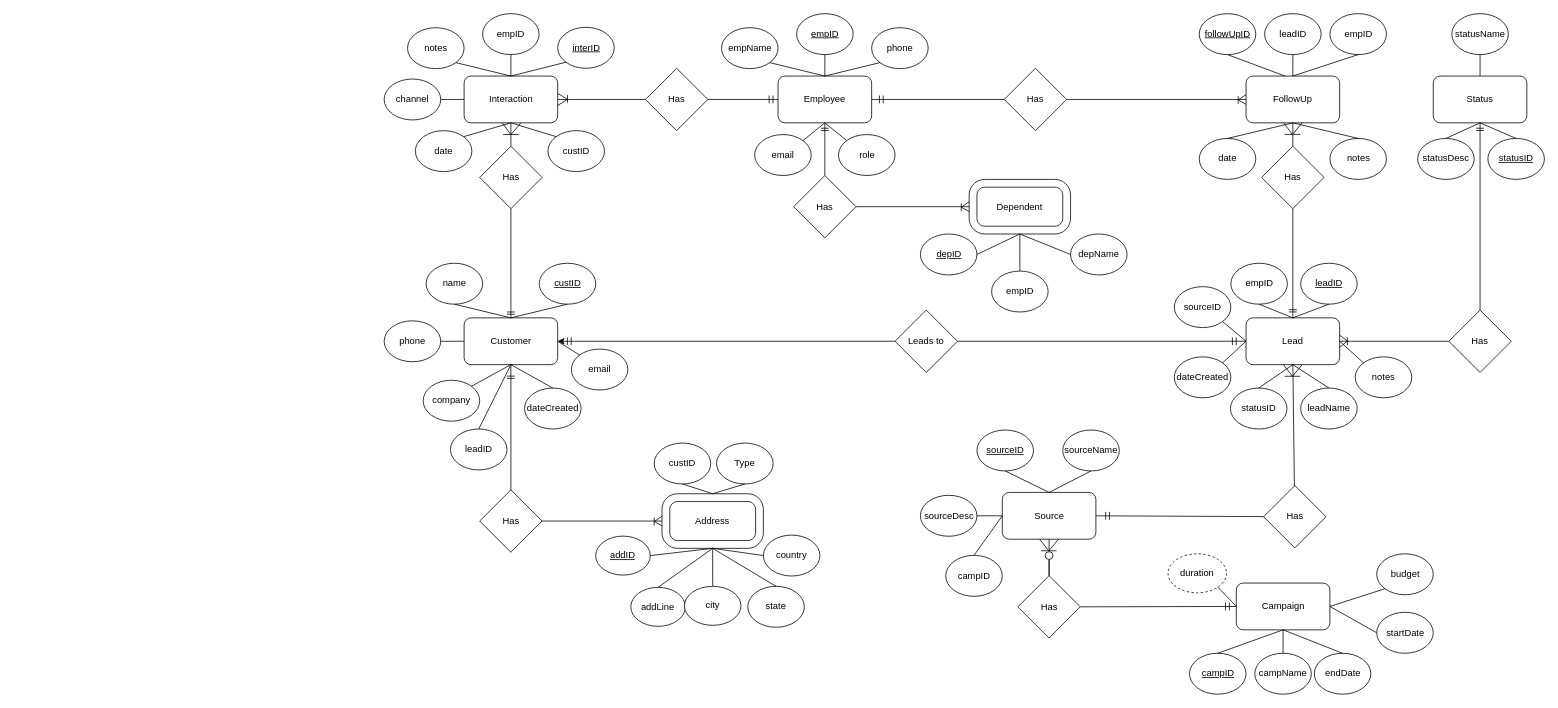
This is DBproject.drawio from AnthonyEdward777/CRM-DBMS, a draw.io file, before an edit. Source tidied: cells renumbered, new cells numbered last; positions are measured from the earlier drawing's top-left corner, leaving out a move shared by most shapes. Both pictures are drawn from the tidied source at 78%, with x=0, y=0 at pixel (384, 13).
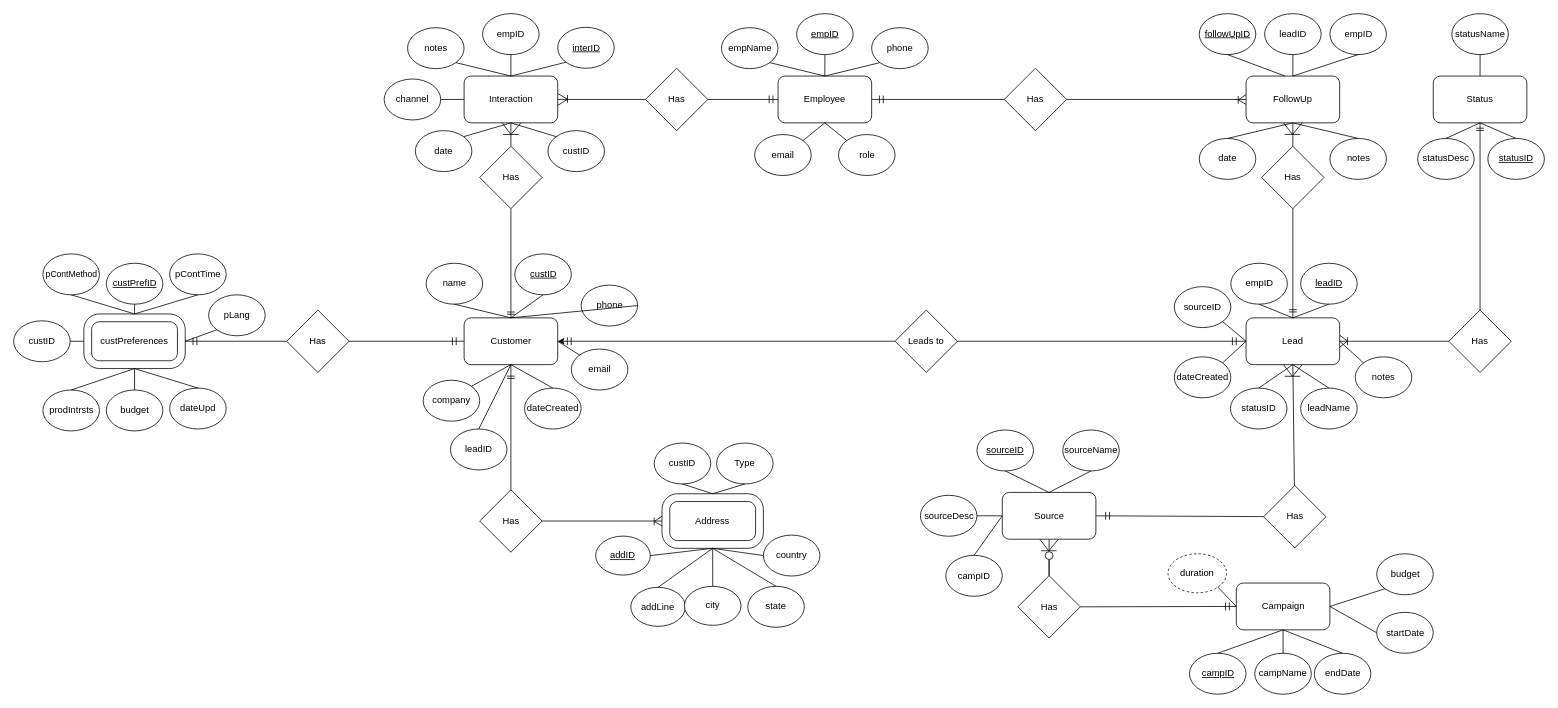
The same page after the edit.

Commit message (it also covers changes not shown here):
removed dependants and added custPrefrences

Unchanged cells that the change refers to:
```xml
<mxCell id="2" value="Customer" style="rounded=1;whiteSpace=wrap;html=1;" parent="1" vertex="1">
  <mxGeometry x="102.5" y="390" width="120" height="60" as="geometry" />
</mxCell>
<mxCell id="4" value="Employee" style="rounded=1;whiteSpace=wrap;html=1;" parent="1" vertex="1">
  <mxGeometry x="505" y="80" width="120" height="60" as="geometry" />
</mxCell>
```

What changed in the source:
```diff
@@
-    <mxCell id="35" value="Has" style="rhombus;whiteSpace=wrap;html=1;" parent="1" vertex="1">
-      <mxGeometry x="525" y="207.5" width="80" height="80" as="geometry" />
-    </mxCell>
-    <mxCell id="36" style="endArrow=none;html=1;rounded=0;entryX=0.5;entryY=1;entryDx=0;entryDy=0;exitX=0.5;exitY=0;exitDx=0;exitDy=0;" parent="1" edge="1" source="35" target="4">
-      <mxGeometry relative="1" as="geometry" />
-    </mxCell>
-    <mxCell id="37" style="endArrow=none;html=1;rounded=0;entryX=1;entryY=0.5;entryDx=0;entryDy=0;exitX=0;exitY=0.5;exitDx=0;exitDy=0;exitPerimeter=0;" parent="1" edge="1" source="39" target="35">
-      <mxGeometry relative="1" as="geometry" />
-    </mxCell>
-    <mxCell id="38" value="Dependent" style="rounded=1;whiteSpace=wrap;html=1;" parent="1" vertex="1">
-      <mxGeometry x="755" y="217.5" width="120" height="60" as="geometry" />
-    </mxCell>
-    <mxCell id="39" style="verticalLabelPosition=bottom;verticalAlign=top;html=1;shape=mxgraph.basic.rounded_frame;dx=10;whiteSpace=wrap;" parent="1" vertex="1">
-      <mxGeometry x="750" y="212.5" width="130" height="70" as="geometry" />
-    </mxCell>
@@
-    <mxCell id="58" value="&lt;u&gt;depID&lt;/u&gt;" style="ellipse;whiteSpace=wrap;html=1;" parent="1" vertex="1">
-      <mxGeometry x="687.5" y="282.5" width="72.5" height="52.5" as="geometry" />
-    </mxCell>
-    <mxCell id="59" style="endArrow=none;html=1;rounded=0;entryX=0.5;entryY=1;entryDx=0;entryDy=0;entryPerimeter=0;exitX=1;exitY=0.5;exitDx=0;exitDy=0;" parent="1" edge="1" source="58" target="39">
-      <mxGeometry relative="1" as="geometry" />
-    </mxCell>
-    <mxCell id="60" value="empID" style="ellipse;whiteSpace=wrap;html=1;" parent="1" vertex="1">
-      <mxGeometry x="778.8" y="330" width="72.5" height="52.5" as="geometry" />
-    </mxCell>
-    <mxCell id="61" value="depName" style="ellipse;whiteSpace=wrap;html=1;" parent="1" vertex="1">
-      <mxGeometry x="880" y="282.5" width="72.5" height="52.5" as="geometry" />
-    </mxCell>
-    <mxCell id="62" style="endArrow=none;html=1;rounded=0;entryX=0.5;entryY=1;entryDx=0;entryDy=0;entryPerimeter=0;exitX=0.5;exitY=0;exitDx=0;exitDy=0;" parent="1" edge="1" source="60" target="39">
-      <mxGeometry relative="1" as="geometry" />
-    </mxCell>
-    <mxCell id="63" style="endArrow=none;html=1;rounded=0;entryX=0;entryY=0.5;entryDx=0;entryDy=0;exitX=0.5;exitY=1;exitDx=0;exitDy=0;exitPerimeter=0;" parent="1" edge="1" source="39" target="61">
-      <mxGeometry relative="1" as="geometry" />
-    </mxCell>
@@
     <mxCell id="134" value="&lt;u&gt;custID&lt;/u&gt;" style="ellipse;whiteSpace=wrap;html=1;" parent="1" vertex="1">
-      <mxGeometry x="198.8" y="320" width="72.5" height="52.5" as="geometry" />
+      <mxGeometry x="167.5" y="308" width="72.5" height="52.5" as="geometry" />
     </mxCell>
@@
     <mxCell id="136" value="phone" style="ellipse;whiteSpace=wrap;html=1;" parent="1" vertex="1">
-      <mxGeometry y="393.8" width="72.5" height="52.5" as="geometry" />
+      <mxGeometry x="252.5" y="348" width="72.5" height="52.5" as="geometry" />
     </mxCell>
@@
-    <mxCell id="141" style="endArrow=none;html=1;rounded=0;entryX=1;entryY=0.5;entryDx=0;entryDy=0;exitX=0;exitY=0.5;exitDx=0;exitDy=0;" parent="1" edge="1" source="2" target="136">
+    <mxCell id="141" style="endArrow=none;html=1;rounded=0;entryX=1;entryY=0.5;entryDx=0;entryDy=0;exitX=0.5;exitY=0;exitDx=0;exitDy=0;" parent="1" edge="1" source="2" target="136">
       <mxGeometry relative="1" as="geometry" />
     </mxCell>
@@
-    <mxCell id="159" style="endArrow=none;html=1;rounded=0;entryX=0.001;entryY=0.387;entryDx=0;entryDy=0;entryPerimeter=0;" parent="1" edge="1">
-      <mxGeometry relative="1" as="geometry">
-        <mxPoint x="739.9" y="248.1" as="sourcePoint" />
-        <mxPoint x="750" y="241.3" as="targetPoint" />
-      </mxGeometry>
-    </mxCell>
-    <mxCell id="160" style="endArrow=none;html=1;rounded=0;entryX=-0.001;entryY=0.594;entryDx=0;entryDy=0;entryPerimeter=0;" parent="1" edge="1">
-      <mxGeometry relative="1" as="geometry">
-        <mxPoint x="739.9" y="248.1" as="sourcePoint" />
-        <mxPoint x="749.8" y="253.7" as="targetPoint" />
-      </mxGeometry>
-    </mxCell>
-    <mxCell id="161" style="endArrow=none;html=1;rounded=0;" parent="1" edge="1">
-      <mxGeometry relative="1" as="geometry">
-        <mxPoint x="739.9" y="253.1" as="sourcePoint" />
-        <mxPoint x="739.9" y="243.1" as="targetPoint" />
-        <Array as="points">
-          <mxPoint x="739.9" y="243.1" />
-        </Array>
-      </mxGeometry>
-    </mxCell>
@@
-    <mxCell id="171" style="endArrow=none;html=1;rounded=0;strokeColor=default;" parent="1" edge="1">
-      <mxGeometry relative="1" as="geometry">
-        <mxPoint x="560" y="146.9" as="sourcePoint" />
-        <mxPoint x="570" y="146.9" as="targetPoint" />
-      </mxGeometry>
-    </mxCell>
-    <mxCell id="172" style="endArrow=none;html=1;rounded=0;" parent="1" edge="1">
-      <mxGeometry relative="1" as="geometry">
-        <mxPoint x="560" y="149.8" as="sourcePoint" />
-        <mxPoint x="570" y="149.8" as="targetPoint" />
-      </mxGeometry>
-    </mxCell>
@@
+    <mxCell id="203" value="custPreferences" style="rounded=1;whiteSpace=wrap;html=1;" parent="1" vertex="1">
+      <mxGeometry x="-380" y="390" width="120" height="60" as="geometry" />
+    </mxCell>
+    <mxCell id="204" style="verticalLabelPosition=bottom;verticalAlign=top;html=1;shape=mxgraph.basic.rounded_frame;dx=10;whiteSpace=wrap;" parent="1" vertex="1">
+      <mxGeometry x="-385" y="385" width="130" height="70" as="geometry" />
+    </mxCell>
+    <mxCell id="35" value="Has" style="rhombus;whiteSpace=wrap;html=1;" parent="1" vertex="1">
+      <mxGeometry x="-125" y="380" width="80" height="80" as="geometry" />
+    </mxCell>
+    <mxCell id="205" style="endArrow=none;html=1;rounded=0;entryX=1;entryY=0.5;entryDx=0;entryDy=0;exitX=0;exitY=0.5;exitDx=0;exitDy=0;" parent="1" edge="1" source="2" target="35">
+      <mxGeometry relative="1" as="geometry" />
+    </mxCell>
+    <mxCell id="206" style="endArrow=none;html=1;rounded=0;entryX=0;entryY=0.5;entryDx=0;entryDy=0;exitX=1;exitY=0.5;exitDx=0;exitDy=0;exitPerimeter=0;" parent="1" edge="1" source="204" target="35">
+      <mxGeometry relative="1" as="geometry" />
+    </mxCell>
+    <mxCell id="207" value="&lt;font style=&quot;font-size: 11px;&quot;&gt;pContMethod&lt;/font&gt;" style="ellipse;whiteSpace=wrap;html=1;" parent="1" vertex="1">
+      <mxGeometry x="-437.5" y="308" width="72.5" height="52.5" as="geometry" />
+    </mxCell>
+    <mxCell id="208" value="pLang" style="ellipse;whiteSpace=wrap;html=1;" parent="1" vertex="1">
+      <mxGeometry x="-225" y="360.5" width="72.5" height="52.5" as="geometry" />
+    </mxCell>
+    <mxCell id="209" value="pContTime" style="ellipse;whiteSpace=wrap;html=1;" parent="1" vertex="1">
+      <mxGeometry x="-275" y="308" width="72.5" height="52.5" as="geometry" />
+    </mxCell>
+    <mxCell id="210" value="dateUpd" style="ellipse;whiteSpace=wrap;html=1;" parent="1" vertex="1">
+      <mxGeometry x="-275" y="480" width="72.5" height="52.5" as="geometry" />
+    </mxCell>
+    <mxCell id="211" value="budget" style="ellipse;whiteSpace=wrap;html=1;" parent="1" vertex="1">
+      <mxGeometry x="-356.2" y="482.5" width="72.5" height="52.5" as="geometry" />
+    </mxCell>
+    <mxCell id="212" value="prodIntrsts" style="ellipse;whiteSpace=wrap;html=1;" parent="1" vertex="1">
+      <mxGeometry x="-437.5" y="482.5" width="72.5" height="52.5" as="geometry" />
+    </mxCell>
+    <mxCell id="213" value="&lt;u&gt;custPrefID&lt;/u&gt;" style="ellipse;whiteSpace=wrap;html=1;" parent="1" vertex="1">
+      <mxGeometry x="-356.2" y="320" width="72.5" height="52.5" as="geometry" />
+    </mxCell>
+    <mxCell id="214" style="endArrow=none;html=1;rounded=0;" parent="1" edge="1">
+      <mxGeometry relative="1" as="geometry">
+        <mxPoint x="87.5" y="425" as="sourcePoint" />
+        <mxPoint x="87.5" y="415" as="targetPoint" />
+        <Array as="points">
+          <mxPoint x="87.5" y="415" />
+        </Array>
+      </mxGeometry>
+    </mxCell>
+    <mxCell id="215" style="endArrow=none;html=1;rounded=0;" parent="1" edge="1">
+      <mxGeometry relative="1" as="geometry">
+        <mxPoint x="92.4" y="425" as="sourcePoint" />
+        <mxPoint x="92.4" y="415" as="targetPoint" />
+        <Array as="points">
+          <mxPoint x="92.4" y="415" />
+        </Array>
+      </mxGeometry>
+    </mxCell>
+    <mxCell id="216" style="endArrow=none;html=1;rounded=0;" parent="1" edge="1">
+      <mxGeometry relative="1" as="geometry">
+        <mxPoint x="-245" y="425" as="sourcePoint" />
+        <mxPoint x="-245" y="415" as="targetPoint" />
+        <Array as="points">
+          <mxPoint x="-245" y="415" />
+        </Array>
+      </mxGeometry>
+    </mxCell>
+    <mxCell id="217" style="endArrow=none;html=1;rounded=0;" parent="1" edge="1">
+      <mxGeometry relative="1" as="geometry">
+        <mxPoint x="-240.1" y="425" as="sourcePoint" />
+        <mxPoint x="-240.1" y="415" as="targetPoint" />
+        <Array as="points">
+          <mxPoint x="-240.1" y="415" />
+        </Array>
+      </mxGeometry>
+    </mxCell>
+    <mxCell id="218" style="endArrow=none;html=1;rounded=0;entryX=0;entryY=1;entryDx=0;entryDy=0;exitX=1;exitY=0.5;exitDx=0;exitDy=0;exitPerimeter=0;" parent="1" edge="1" source="204" target="208">
+      <mxGeometry relative="1" as="geometry" />
+    </mxCell>
+    <mxCell id="219" style="endArrow=none;html=1;rounded=0;entryX=0.5;entryY=1;entryDx=0;entryDy=0;exitX=0.5;exitY=0;exitDx=0;exitDy=0;exitPerimeter=0;" parent="1" edge="1" source="204" target="213">
+      <mxGeometry relative="1" as="geometry" />
+    </mxCell>
+    <mxCell id="220" style="endArrow=none;html=1;rounded=0;entryX=0.5;entryY=1;entryDx=0;entryDy=0;exitX=0.5;exitY=0;exitDx=0;exitDy=0;exitPerimeter=0;" parent="1" edge="1" source="204" target="209">
+      <mxGeometry relative="1" as="geometry" />
+    </mxCell>
+    <mxCell id="221" style="endArrow=none;html=1;rounded=0;entryX=0.5;entryY=1;entryDx=0;entryDy=0;exitX=0.5;exitY=0;exitDx=0;exitDy=0;exitPerimeter=0;" parent="1" edge="1" source="204" target="207">
+      <mxGeometry relative="1" as="geometry" />
+    </mxCell>
+    <mxCell id="222" style="endArrow=none;html=1;rounded=0;entryX=0.5;entryY=1;entryDx=0;entryDy=0;entryPerimeter=0;exitX=0.5;exitY=0;exitDx=0;exitDy=0;" parent="1" edge="1" source="211" target="204">
+      <mxGeometry relative="1" as="geometry" />
+    </mxCell>
+    <mxCell id="223" style="endArrow=none;html=1;rounded=0;entryX=0.5;entryY=1;entryDx=0;entryDy=0;entryPerimeter=0;exitX=0.5;exitY=0;exitDx=0;exitDy=0;" parent="1" edge="1" source="210" target="204">
+      <mxGeometry relative="1" as="geometry" />
+    </mxCell>
+    <mxCell id="224" style="endArrow=none;html=1;rounded=0;entryX=0.5;entryY=1;entryDx=0;entryDy=0;entryPerimeter=0;exitX=0.5;exitY=0;exitDx=0;exitDy=0;" parent="1" edge="1" source="212" target="204">
+      <mxGeometry relative="1" as="geometry" />
+    </mxCell>
+    <mxCell id="225" value="custID" style="ellipse;whiteSpace=wrap;html=1;" parent="1" vertex="1">
+      <mxGeometry x="-475" y="393.8" width="72.5" height="52.5" as="geometry" />
+    </mxCell>
+    <mxCell id="226" style="endArrow=none;html=1;rounded=0;exitX=1;exitY=0.5;exitDx=0;exitDy=0;entryX=0;entryY=0.5;entryDx=0;entryDy=0;entryPerimeter=0;" parent="1" edge="1" source="225" target="204">
+      <mxGeometry relative="1" as="geometry" />
+    </mxCell>
```
